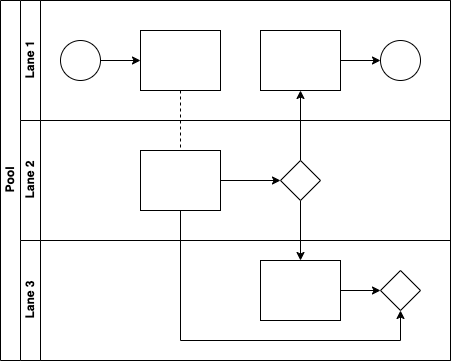
Earlier version of the draw.io export swimlanes.png (santo1827/passport-js). Source tidied: cells renumbered, new cells last; positions are measured from the earlier drawing's top-left corner, leaving out a move shared by most shapes. Its diagram source:
```xml
<mxGraphModel>
  <root>
    <mxCell id="0" />
    <mxCell id="1" parent="0" />
    <mxCell id="2" value="Pool" style="swimlane;html=1;horizontal=0;startSize=20;" parent="1" vertex="1">
      <mxGeometry width="450" height="360" as="geometry" />
    </mxCell>
    <mxCell id="3" style="edgeStyle=orthogonalEdgeStyle;rounded=0;jettySize=auto;html=1;dashed=1;endArrow=none;endFill=0;" parent="2" edge="1" source="10" target="16">
      <mxGeometry relative="1" as="geometry" />
    </mxCell>
    <mxCell id="4" style="edgeStyle=orthogonalEdgeStyle;rounded=0;jettySize=auto;html=1;endArrow=classic;endFill=1;" parent="2" edge="1" source="17" target="12">
      <mxGeometry relative="1" as="geometry" />
    </mxCell>
    <mxCell id="5" style="edgeStyle=orthogonalEdgeStyle;rounded=0;jettySize=auto;html=1;endArrow=classic;endFill=1;" parent="2" edge="1" source="17" target="20">
      <mxGeometry relative="1" as="geometry" />
    </mxCell>
    <mxCell id="6" style="edgeStyle=orthogonalEdgeStyle;rounded=0;jettySize=auto;html=1;endArrow=classic;endFill=1;" parent="2" edge="1" source="16" target="21">
      <mxGeometry relative="1" as="geometry">
        <Array as="points">
          <mxPoint x="180" y="340" />
          <mxPoint x="400" y="340" />
        </Array>
      </mxGeometry>
    </mxCell>
    <mxCell id="7" value="Lane 1" style="swimlane;html=1;startSize=20;horizontal=0;" parent="2" vertex="1">
      <mxGeometry x="20" width="430" height="120" as="geometry" />
    </mxCell>
    <mxCell id="8" style="edgeStyle=orthogonalEdgeStyle;rounded=0;jettySize=auto;html=1;" parent="7" edge="1" source="9" target="10">
      <mxGeometry relative="1" as="geometry" />
    </mxCell>
    <mxCell id="9" style="ellipse;whiteSpace=wrap;html=1;" parent="7" vertex="1">
      <mxGeometry x="40" y="40" width="40" height="40" as="geometry" />
    </mxCell>
    <mxCell id="10" style="rounded=0;whiteSpace=wrap;html=1;fontFamily=Helvetica;fontSize=12;fontColor=#000000;align=center;" parent="7" vertex="1">
      <mxGeometry x="120" y="30" width="80" height="60" as="geometry" />
    </mxCell>
    <mxCell id="11" style="edgeStyle=orthogonalEdgeStyle;rounded=0;jettySize=auto;html=1;endArrow=classic;endFill=1;" parent="7" edge="1" source="12" target="13">
      <mxGeometry relative="1" as="geometry" />
    </mxCell>
    <mxCell id="12" style="rounded=0;whiteSpace=wrap;html=1;fontFamily=Helvetica;fontSize=12;fontColor=#000000;align=center;" parent="7" vertex="1">
      <mxGeometry x="240" y="30" width="80" height="60" as="geometry" />
    </mxCell>
    <mxCell id="13" style="ellipse;whiteSpace=wrap;html=1;" parent="7" vertex="1">
      <mxGeometry x="360" y="40" width="40" height="40" as="geometry" />
    </mxCell>
    <mxCell id="14" value="Lane 2" style="swimlane;html=1;startSize=20;horizontal=0;" parent="2" vertex="1">
      <mxGeometry x="20" y="120" width="430" height="120" as="geometry" />
    </mxCell>
    <mxCell id="15" style="edgeStyle=orthogonalEdgeStyle;rounded=0;jettySize=auto;html=1;endArrow=classic;endFill=1;" parent="14" edge="1" source="16" target="17">
      <mxGeometry relative="1" as="geometry" />
    </mxCell>
    <mxCell id="16" style="rounded=0;whiteSpace=wrap;html=1;fontFamily=Helvetica;fontSize=12;fontColor=#000000;align=center;" parent="14" vertex="1">
      <mxGeometry x="120" y="30" width="80" height="60" as="geometry" />
    </mxCell>
    <mxCell id="17" style="rhombus;whiteSpace=wrap;html=1;fontFamily=Helvetica;fontSize=12;fontColor=#000000;align=center;" parent="14" vertex="1">
      <mxGeometry x="260" y="40" width="40" height="40" as="geometry" />
    </mxCell>
    <mxCell id="18" value="Lane 3" style="swimlane;html=1;startSize=20;horizontal=0;" parent="2" vertex="1">
      <mxGeometry x="20" y="240" width="430" height="120" as="geometry" />
    </mxCell>
    <mxCell id="19" style="edgeStyle=orthogonalEdgeStyle;rounded=0;jettySize=auto;html=1;endArrow=classic;endFill=1;" parent="18" edge="1" source="20" target="21">
      <mxGeometry relative="1" as="geometry" />
    </mxCell>
    <mxCell id="20" style="rounded=0;whiteSpace=wrap;html=1;fontFamily=Helvetica;fontSize=12;fontColor=#000000;align=center;" parent="18" vertex="1">
      <mxGeometry x="240" y="20" width="80" height="60" as="geometry" />
    </mxCell>
    <mxCell id="21" style="rhombus;whiteSpace=wrap;html=1;fontFamily=Helvetica;fontSize=12;fontColor=#000000;align=center;" parent="18" vertex="1">
      <mxGeometry x="360" y="30" width="40" height="40" as="geometry" />
    </mxCell>
  </root>
</mxGraphModel>
```
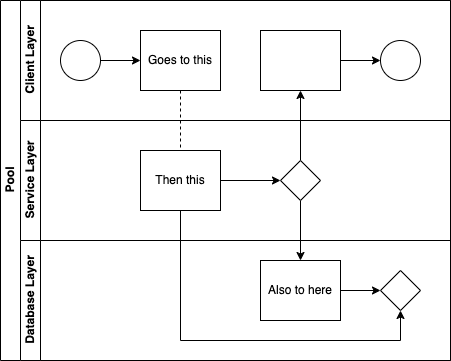
The same file after the commit.

Diff of the diagram source:
```diff
@@ -22,7 +22,7 @@
         </Array>
       </mxGeometry>
     </mxCell>
-    <mxCell id="7" value="Lane 1" style="swimlane;html=1;startSize=20;horizontal=0;" parent="2" vertex="1">
+    <mxCell id="7" value="Client Layer" style="swimlane;html=1;startSize=20;horizontal=0;" parent="2" vertex="1">
       <mxGeometry x="20" width="430" height="120" as="geometry" />
     </mxCell>
     <mxCell id="8" style="edgeStyle=orthogonalEdgeStyle;rounded=0;jettySize=auto;html=1;" parent="7" edge="1" source="9" target="10">
@@ -31,7 +31,7 @@
     <mxCell id="9" style="ellipse;whiteSpace=wrap;html=1;" parent="7" vertex="1">
       <mxGeometry x="40" y="40" width="40" height="40" as="geometry" />
     </mxCell>
-    <mxCell id="10" style="rounded=0;whiteSpace=wrap;html=1;fontFamily=Helvetica;fontSize=12;fontColor=#000000;align=center;" parent="7" vertex="1">
+    <mxCell id="10" value="Goes to this" style="rounded=0;whiteSpace=wrap;html=1;fontFamily=Helvetica;fontSize=12;fontColor=#000000;align=center;" parent="7" vertex="1">
       <mxGeometry x="120" y="30" width="80" height="60" as="geometry" />
     </mxCell>
     <mxCell id="11" style="edgeStyle=orthogonalEdgeStyle;rounded=0;jettySize=auto;html=1;endArrow=classic;endFill=1;" parent="7" edge="1" source="12" target="13">
@@ -43,25 +43,25 @@
     <mxCell id="13" style="ellipse;whiteSpace=wrap;html=1;" parent="7" vertex="1">
       <mxGeometry x="360" y="40" width="40" height="40" as="geometry" />
     </mxCell>
-    <mxCell id="14" value="Lane 2" style="swimlane;html=1;startSize=20;horizontal=0;" parent="2" vertex="1">
+    <mxCell id="14" value="Service Layer" style="swimlane;html=1;startSize=20;horizontal=0;" parent="2" vertex="1">
       <mxGeometry x="20" y="120" width="430" height="120" as="geometry" />
     </mxCell>
     <mxCell id="15" style="edgeStyle=orthogonalEdgeStyle;rounded=0;jettySize=auto;html=1;endArrow=classic;endFill=1;" parent="14" edge="1" source="16" target="17">
       <mxGeometry relative="1" as="geometry" />
     </mxCell>
-    <mxCell id="16" style="rounded=0;whiteSpace=wrap;html=1;fontFamily=Helvetica;fontSize=12;fontColor=#000000;align=center;" parent="14" vertex="1">
+    <mxCell id="16" value="Then this" style="rounded=0;whiteSpace=wrap;html=1;fontFamily=Helvetica;fontSize=12;fontColor=#000000;align=center;" parent="14" vertex="1">
       <mxGeometry x="120" y="30" width="80" height="60" as="geometry" />
     </mxCell>
     <mxCell id="17" style="rhombus;whiteSpace=wrap;html=1;fontFamily=Helvetica;fontSize=12;fontColor=#000000;align=center;" parent="14" vertex="1">
       <mxGeometry x="260" y="40" width="40" height="40" as="geometry" />
     </mxCell>
-    <mxCell id="18" value="Lane 3" style="swimlane;html=1;startSize=20;horizontal=0;" parent="2" vertex="1">
+    <mxCell id="18" value="Database Layer" style="swimlane;html=1;startSize=20;horizontal=0;" parent="2" vertex="1">
       <mxGeometry x="20" y="240" width="430" height="120" as="geometry" />
     </mxCell>
     <mxCell id="19" style="edgeStyle=orthogonalEdgeStyle;rounded=0;jettySize=auto;html=1;endArrow=classic;endFill=1;" parent="18" edge="1" source="20" target="21">
       <mxGeometry relative="1" as="geometry" />
     </mxCell>
-    <mxCell id="20" style="rounded=0;whiteSpace=wrap;html=1;fontFamily=Helvetica;fontSize=12;fontColor=#000000;align=center;" parent="18" vertex="1">
+    <mxCell id="20" value="Also to here" style="rounded=0;whiteSpace=wrap;html=1;fontFamily=Helvetica;fontSize=12;fontColor=#000000;align=center;" parent="18" vertex="1">
       <mxGeometry x="240" y="20" width="80" height="60" as="geometry" />
     </mxCell>
     <mxCell id="21" style="rhombus;whiteSpace=wrap;html=1;fontFamily=Helvetica;fontSize=12;fontColor=#000000;align=center;" parent="18" vertex="1">
```
